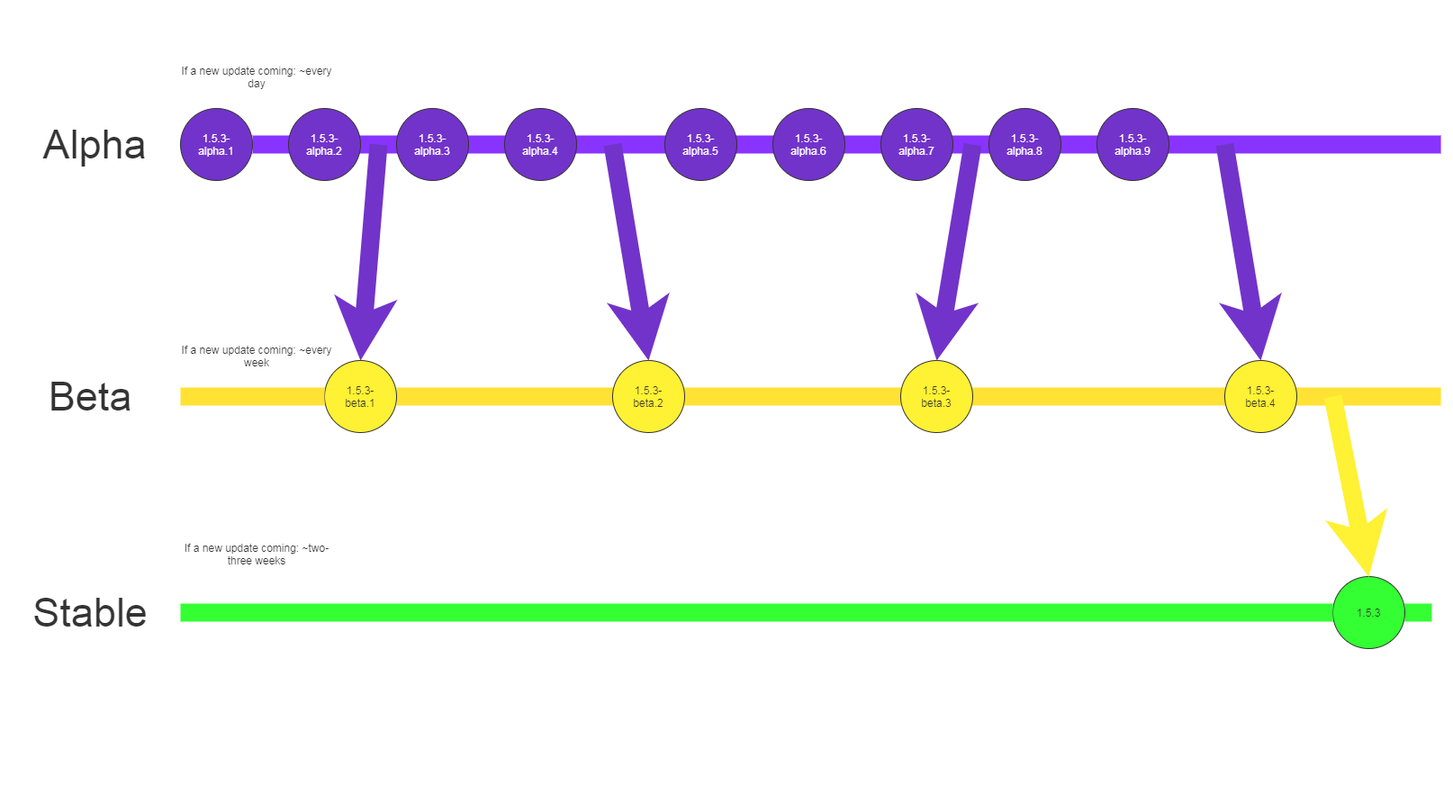
This is versions.png from koviubi56/sablon-eng, a draw.io export, as it was before one commit. Source tidied: cells renumbered, new cells last; positions are measured from the earlier drawing's top-left corner, leaving out a move shared by most shapes.
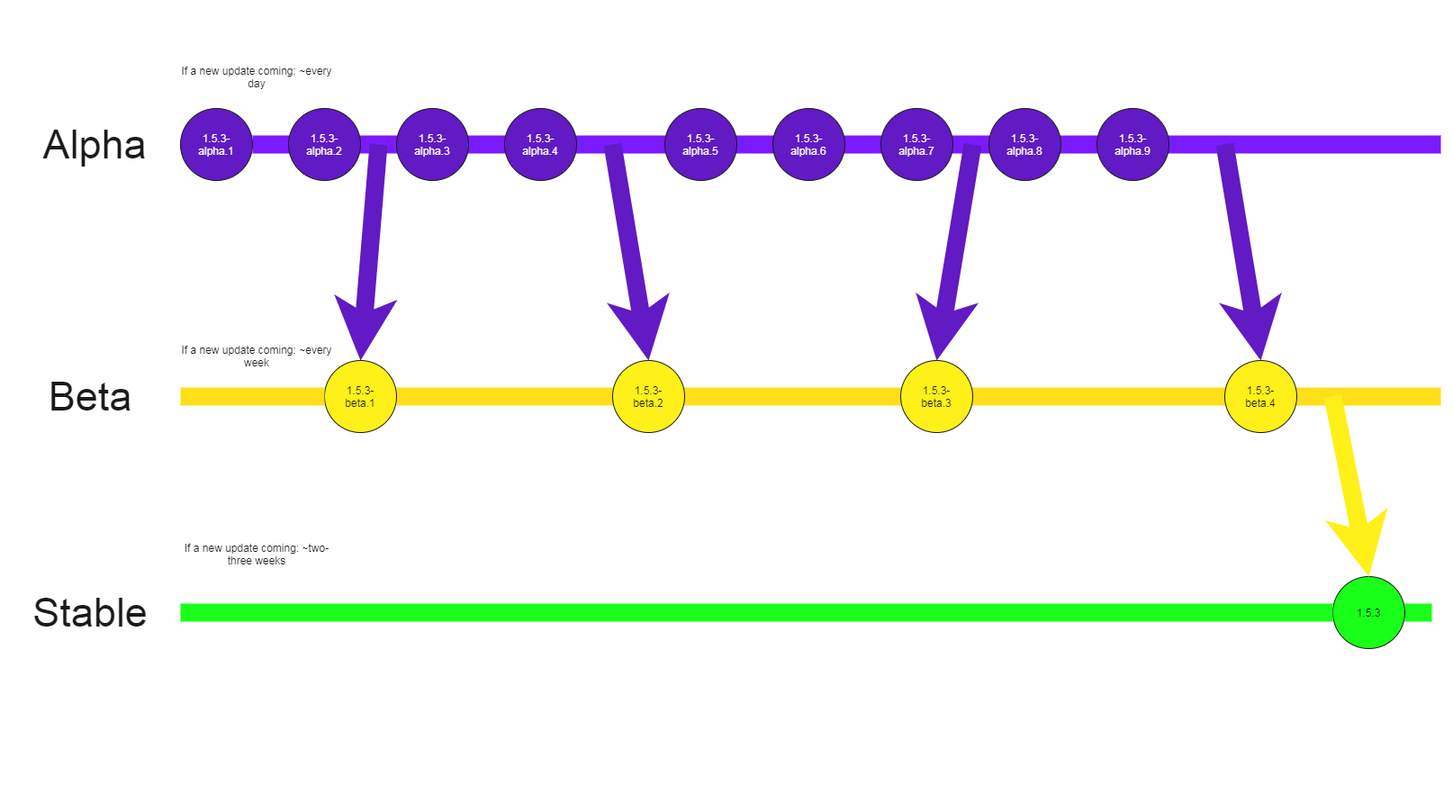
Above is the later version.

The edit, as a diff of the source:
```diff
@@ -199,7 +199,7 @@
     <mxCell id="54" value="If a new update coming: ~two-three weeks" style="text;html=1;strokeColor=none;fillColor=none;align=center;verticalAlign=middle;whiteSpace=wrap;rounded=0;" parent="1" vertex="1">
       <mxGeometry x="200" y="600" width="170" height="30" as="geometry" />
     </mxCell>
-    <mxCell id="55" style="rounded=0;whiteSpace=wrap;html=1;comic=0;sketch=0;fillColor=#ffffff;strokeColor=none;opacity=20;" parent="1" vertex="1">
+    <mxCell id="55" style="rounded=0;whiteSpace=wrap;html=1;comic=0;sketch=0;fillColor=#ffffff;strokeColor=none;opacity=10;glass=0;" parent="1" vertex="1">
       <mxGeometry width="1600" height="900" as="geometry" />
     </mxCell>
   </root>
```
